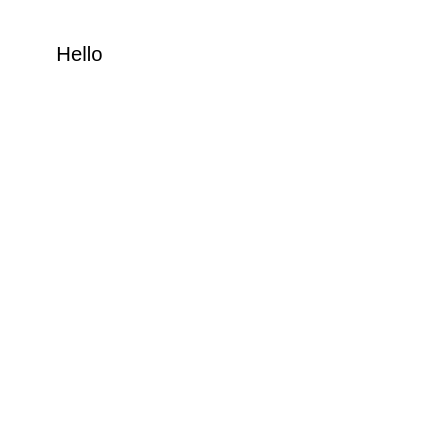
Before: OneLastBox.drawio in MikeyHV/OneLastBoxDiagrams, a draw.io diagram. Source tidied: cells renumbered, new cells numbered last; positions are measured from the earlier drawing's top-left corner, leaving out a move shared by most shapes. Both pictures are drawn from the tidied source at 169%, with x=0, y=0 at pixel (29, 29).
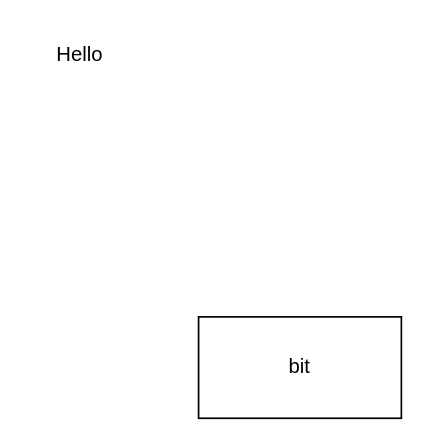
The same diagram, later.

Diff of the diagram source:
```diff
@@
 <mxGraphModel>
   <root>
     <mxCell id="0" />
     <mxCell id="1" parent="0" />
     <mxCell id="2" value="Hello" style="text;html=1;whiteSpace=wrap;strokeColor=none;fillColor=none;align=center;verticalAlign=middle;rounded=0;" parent="1" vertex="1">
       <mxGeometry width="60" height="30" as="geometry" />
     </mxCell>
+    <mxCell id="3" value="bit" style="rounded=0;whiteSpace=wrap;html=1;" parent="1" vertex="1">
+      <mxGeometry x="100" y="170" width="120" height="60" as="geometry" />
+    </mxCell>
   </root>
 </mxGraphModel>
```
